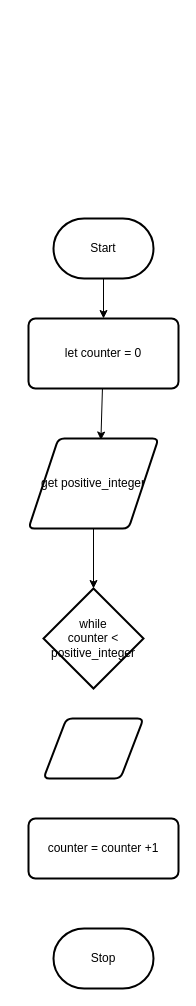
This is design/flowchart.drawio from MTHS-ICD2O-1-2023/ICD2O-Unit-5-06-jinyuzhe-calista-e, a draw.io file, before an edit. Source tidied: cells renumbered, new cells numbered last; positions are measured from the earlier drawing's top-left corner, leaving out a move shared by most shapes. Both pictures are drawn from the tidied source at 100%, with x=0, y=0 at pixel (28, 218).
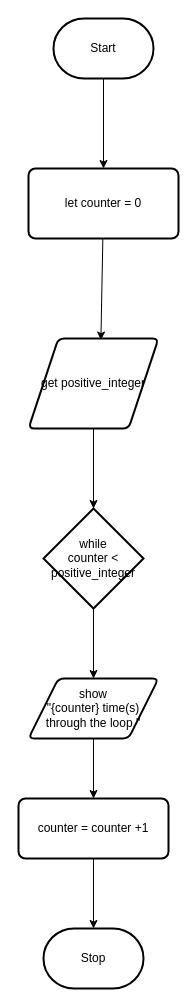
Above is the later version.

Diff of the diagram source:
```diff
@@
 <mxGraphModel>
   <root>
     <mxCell id="0" />
     <mxCell id="1" parent="0" />
     <mxCell id="2" style="edgeStyle=none;html=1;entryX=0.5;entryY=0;entryDx=0;entryDy=0;" parent="1" edge="1" source="3" target="6">
       <mxGeometry relative="1" as="geometry" />
     </mxCell>
     <mxCell id="3" value="Start" style="strokeWidth=2;html=1;shape=mxgraph.flowchart.terminator;whiteSpace=wrap;" parent="1" vertex="1">
-      <mxGeometry x="25" width="100" height="60" as="geometry" />
+      <mxGeometry x="25" y="-200" width="100" height="60" as="geometry" />
     </mxCell>
     <mxCell id="4" value="Stop" style="strokeWidth=2;html=1;shape=mxgraph.flowchart.terminator;whiteSpace=wrap;" parent="1" vertex="1">
-      <mxGeometry x="25" y="710" width="100" height="60" as="geometry" />
+      <mxGeometry x="15" y="710" width="100" height="60" as="geometry" />
     </mxCell>
     <mxCell id="5" style="edgeStyle=none;html=1;entryX=0.557;entryY=0.017;entryDx=0;entryDy=0;entryPerimeter=0;" parent="1" edge="1" source="6" target="8">
       <mxGeometry relative="1" as="geometry" />
     </mxCell>
     <mxCell id="6" value="let counter = 0" style="rounded=1;whiteSpace=wrap;html=1;absoluteArcSize=1;arcSize=14;strokeWidth=2;" parent="1" vertex="1">
-      <mxGeometry y="100" width="150" height="70" as="geometry" />
+      <mxGeometry y="-50" width="150" height="70" as="geometry" />
     </mxCell>
     <mxCell id="7" style="edgeStyle=none;html=1;entryX=0.5;entryY=0;entryDx=0;entryDy=0;entryPerimeter=0;" parent="1" edge="1" source="8" target="9">
       <mxGeometry relative="1" as="geometry" />
     </mxCell>
     <mxCell id="8" value="get positive_integer" style="shape=parallelogram;html=1;strokeWidth=2;perimeter=parallelogramPerimeter;whiteSpace=wrap;rounded=1;arcSize=12;size=0.23;" parent="1" vertex="1">
-      <mxGeometry y="220" width="130" height="90" as="geometry" />
+      <mxGeometry y="120" width="130" height="90" as="geometry" />
     </mxCell>
+    <mxCell id="12" style="edgeStyle=none;html=1;entryX=0.5;entryY=0;entryDx=0;entryDy=0;" parent="1" edge="1" source="9" target="10">
+      <mxGeometry relative="1" as="geometry" />
+    </mxCell>
     <mxCell id="9" value="while&lt;br&gt;counter &amp;lt;&lt;br&gt;positive_integer" style="strokeWidth=2;html=1;shape=mxgraph.flowchart.decision;whiteSpace=wrap;" parent="1" vertex="1">
-      <mxGeometry x="15" y="370" width="100" height="100" as="geometry" />
+      <mxGeometry x="15" y="290" width="100" height="100" as="geometry" />
     </mxCell>
+    <mxCell id="13" style="edgeStyle=none;html=1;entryX=0.5;entryY=0;entryDx=0;entryDy=0;" parent="1" edge="1" source="10" target="11">
+      <mxGeometry relative="1" as="geometry" />
+    </mxCell>
-    <mxCell id="10" style="shape=parallelogram;html=1;strokeWidth=2;perimeter=parallelogramPerimeter;whiteSpace=wrap;rounded=1;arcSize=12;size=0.23;" parent="1" vertex="1">
-      <mxGeometry x="15" y="500" width="100" height="60" as="geometry" />
+    <mxCell id="10" value="show&lt;br&gt;&quot;{counter} time(s)&lt;br&gt;through the loop.&quot;" style="shape=parallelogram;html=1;strokeWidth=2;perimeter=parallelogramPerimeter;whiteSpace=wrap;rounded=1;arcSize=12;size=0.23;" parent="1" vertex="1">
+      <mxGeometry y="460" width="130" height="60" as="geometry" />
     </mxCell>
+    <mxCell id="14" style="edgeStyle=none;html=1;entryX=0.5;entryY=0;entryDx=0;entryDy=0;entryPerimeter=0;" parent="1" edge="1" source="11" target="4">
+      <mxGeometry relative="1" as="geometry" />
+    </mxCell>
     <mxCell id="11" value="counter = counter +1" style="rounded=1;whiteSpace=wrap;html=1;absoluteArcSize=1;arcSize=14;strokeWidth=2;" parent="1" vertex="1">
-      <mxGeometry y="600" width="150" height="60" as="geometry" />
+      <mxGeometry x="-10" y="580" width="150" height="60" as="geometry" />
     </mxCell>
   </root>
 </mxGraphModel>
```
